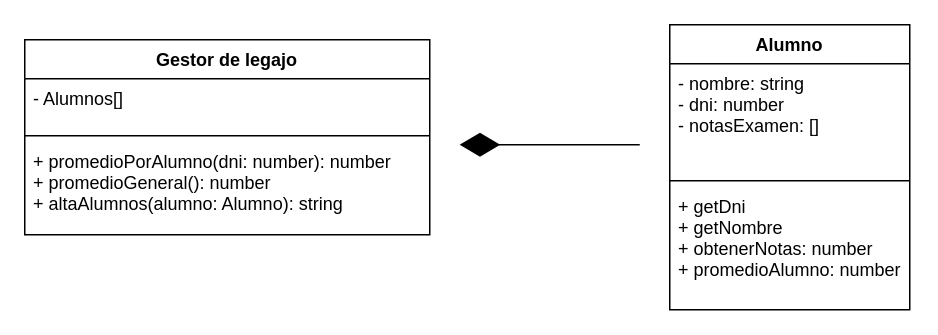
Earlier version of the draw.io diagram gestor-de-legajos/colegio.drawio (AyelenPorqueres/ejercicios-para-entregar-2docuatri). Source tidied: cells renumbered, new cells numbered last; positions are measured from the earlier drawing's top-left corner, leaving out a move shared by most shapes. Both pictures are drawn from the tidied source at 150%, with x=0, y=0 at pixel (24, 24).
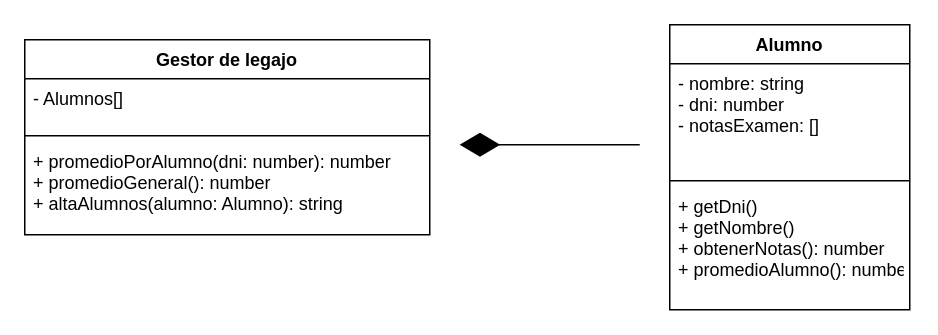
After the change.

Diff of the diagram source:
```diff
@@
 <mxGraphModel>
   <root>
     <mxCell id="0" />
     <mxCell id="1" parent="0" />
     <mxCell id="2" value="Gestor de legajo" style="swimlane;fontStyle=1;align=center;verticalAlign=top;horizontal=1;startSize=26;" parent="1" vertex="1">
       <mxGeometry y="10" width="270" height="130" as="geometry" />
     </mxCell>
     <mxCell id="3" value="- Alumnos[]&#10;" style="text;strokeColor=none;fillColor=none;align=left;verticalAlign=top;spacingLeft=4;spacingRight=4;overflow=hidden;" parent="2" vertex="1">
       <mxGeometry y="26" width="270" height="34" as="geometry" />
     </mxCell>
     <mxCell id="4" style="line;strokeWidth=1;fillColor=none;align=left;verticalAlign=middle;spacingTop=-1;spacingLeft=3;spacingRight=3;labelPosition=right;strokeColor=inherit;" parent="2" vertex="1">
       <mxGeometry y="60" width="270" height="8" as="geometry" />
     </mxCell>
     <mxCell id="5" value="+ promedioPorAlumno(dni: number): number&#10;+ promedioGeneral(): number&#10;+ altaAlumnos(alumno: Alumno): string&#10;&#10;" style="text;strokeColor=none;fillColor=none;align=left;verticalAlign=top;spacingLeft=4;spacingRight=4;overflow=hidden;" parent="2" vertex="1">
       <mxGeometry y="68" width="270" height="62" as="geometry" />
     </mxCell>
     <mxCell id="6" value="Alumno" style="swimlane;fontStyle=1;align=center;verticalAlign=top;horizontal=1;startSize=26;" parent="1" vertex="1">
       <mxGeometry x="430" width="160" height="190" as="geometry" />
     </mxCell>
     <mxCell id="7" value="- nombre: string&#10;- dni: number &#10;- notasExamen: [] " style="text;strokeColor=none;fillColor=none;align=left;verticalAlign=top;spacingLeft=4;spacingRight=4;overflow=hidden;" parent="6" vertex="1">
       <mxGeometry y="26" width="160" height="74" as="geometry" />
     </mxCell>
     <mxCell id="8" style="line;strokeWidth=1;fillColor=none;align=left;verticalAlign=middle;spacingTop=-1;spacingLeft=3;spacingRight=3;labelPosition=right;strokeColor=inherit;" parent="6" vertex="1">
       <mxGeometry y="100" width="160" height="8" as="geometry" />
     </mxCell>
-    <mxCell id="9" value="+ getDni&#10;+ getNombre&#10;+ obtenerNotas: number&#10;+ promedioAlumno: number" style="text;strokeColor=none;fillColor=none;align=left;verticalAlign=top;spacingLeft=4;spacingRight=4;overflow=hidden;" parent="6" vertex="1">
+    <mxCell id="9" value="+ getDni()&#10;+ getNombre()&#10;+ obtenerNotas(): number&#10;+ promedioAlumno(): number" style="text;strokeColor=none;fillColor=none;align=left;verticalAlign=top;spacingLeft=4;spacingRight=4;overflow=hidden;" parent="6" vertex="1">
       <mxGeometry y="108" width="160" height="82" as="geometry" />
     </mxCell>
     <mxCell id="10" style="endArrow=diamondThin;endFill=1;endSize=24;html=1;" parent="1" edge="1">
       <mxGeometry relative="1" as="geometry">
         <mxPoint x="410" y="80" as="sourcePoint" />
         <mxPoint x="290" y="80" as="targetPoint" />
       </mxGeometry>
     </mxCell>
   </root>
 </mxGraphModel>
```
